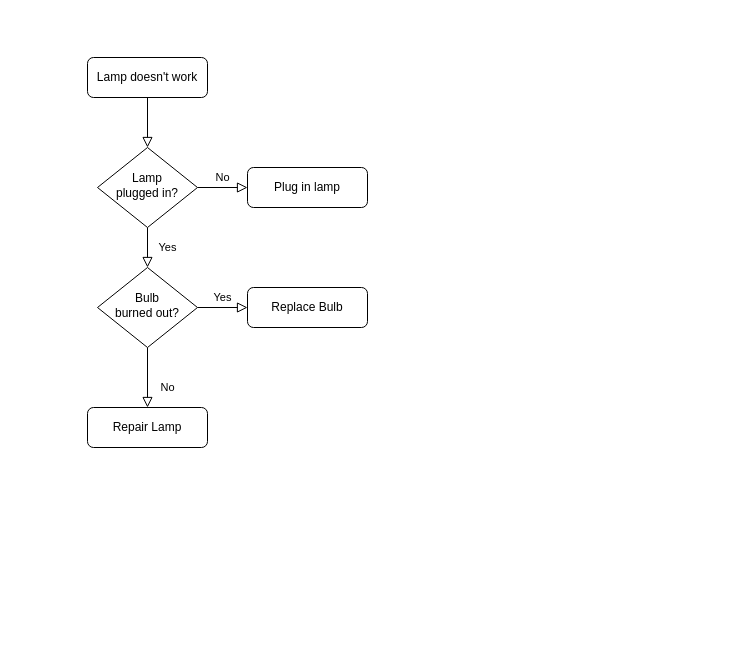
Earlier version of the draw.io diagram LesPetitsPlats_Algos.drawio (Adv13/LesPetitsPlats-Website). Source tidied: cells renumbered, new cells numbered last; positions are measured from the earlier drawing's top-left corner, leaving out a move shared by most shapes. Both pictures are drawn from the tidied source at 100%, with x=0, y=0 at pixel (87, 57).
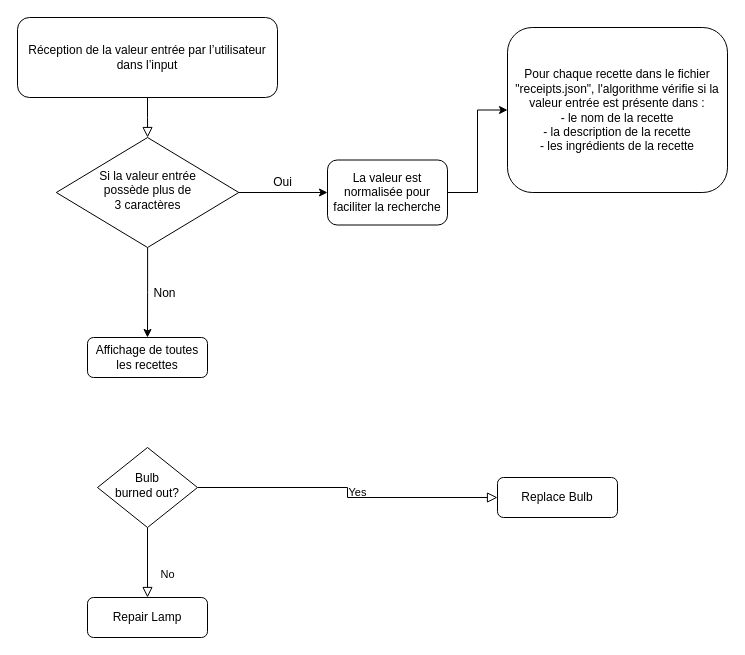
The same diagram, later.

Diff of the diagram source:
```diff
@@
 <mxGraphModel>
   <root>
     <mxCell id="0" />
     <mxCell id="1" parent="0" />
     <mxCell id="2" style="rounded=0;html=1;jettySize=auto;fontSize=11;endArrow=block;endFill=0;endSize=8;strokeWidth=1;shadow=0;labelBackgroundColor=none;edgeStyle=orthogonalEdgeStyle;" parent="1" edge="1" source="3" target="6">
       <mxGeometry relative="1" as="geometry" />
     </mxCell>
-    <mxCell id="3" value="Lamp doesn't work" style="rounded=1;whiteSpace=wrap;html=1;fontSize=12;glass=0;strokeWidth=1;shadow=0;" parent="1" vertex="1">
-      <mxGeometry width="120" height="40" as="geometry" />
+    <mxCell id="3" value="Réception de la valeur entrée par l’utilisateur dans l’input" style="rounded=1;whiteSpace=wrap;html=1;fontSize=12;glass=0;strokeWidth=1;shadow=0;" parent="1" vertex="1">
+      <mxGeometry x="-70" y="-40" width="260" height="80" as="geometry" />
     </mxCell>
-    <mxCell id="4" value="Yes" style="rounded=0;html=1;jettySize=auto;fontSize=11;endArrow=block;endFill=0;endSize=8;strokeWidth=1;shadow=0;labelBackgroundColor=none;edgeStyle=orthogonalEdgeStyle;" parent="1" edge="1" source="6" target="10">
-      <mxGeometry y="20" relative="1" as="geometry" />
-    </mxCell>
-    <mxCell id="5" value="No" style="edgeStyle=orthogonalEdgeStyle;rounded=0;html=1;jettySize=auto;fontSize=11;endArrow=block;endFill=0;endSize=8;strokeWidth=1;shadow=0;labelBackgroundColor=none;" parent="1" edge="1" source="6" target="7">
-      <mxGeometry y="10" relative="1" as="geometry" />
-    </mxCell>
+    <mxCell id="13" style="edgeStyle=orthogonalEdgeStyle;rounded=0;jettySize=auto;html=1;entryX=0;entryY=0.5;entryDx=0;entryDy=0;" parent="1" edge="1" source="6" target="17">
+      <mxGeometry relative="1" as="geometry" />
+    </mxCell>
+    <mxCell id="14" style="edgeStyle=orthogonalEdgeStyle;rounded=0;jettySize=auto;html=1;entryX=0.5;entryY=0;entryDx=0;entryDy=0;" parent="1" edge="1" source="6" target="18">
+      <mxGeometry relative="1" as="geometry" />
+    </mxCell>
-    <mxCell id="6" value="Lamp&lt;br&gt;plugged in?" style="rhombus;whiteSpace=wrap;html=1;shadow=0;fontFamily=Helvetica;fontSize=12;align=center;strokeWidth=1;spacing=6;spacingTop=-4;" parent="1" vertex="1">
-      <mxGeometry x="10" y="90" width="100" height="80" as="geometry" />
+    <mxCell id="6" value="Si la valeur entrée&lt;br&gt;possède plus de&lt;br&gt;3 caractères" style="rhombus;whiteSpace=wrap;html=1;shadow=0;fontFamily=Helvetica;fontSize=12;align=center;strokeWidth=1;spacing=6;spacingTop=-4;" parent="1" vertex="1">
+      <mxGeometry x="-31.2" y="80" width="182.5" height="110" as="geometry" />
     </mxCell>
-    <mxCell id="7" value="Plug in lamp" style="rounded=1;whiteSpace=wrap;html=1;fontSize=12;glass=0;strokeWidth=1;shadow=0;" parent="1" vertex="1">
-      <mxGeometry x="160" y="110" width="120" height="40" as="geometry" />
+    <mxCell id="7" value="Pour chaque recette dans le fichier &quot;receipts.json&quot;, l'algorithme vérifie si la valeur entrée est présente dans :&lt;br&gt;- le nom de la recette&lt;br&gt;- la description de la recette&lt;br&gt;- les ingrédients de la recette" style="rounded=1;whiteSpace=wrap;html=1;fontSize=12;glass=0;strokeWidth=1;shadow=0;" parent="1" vertex="1">
+      <mxGeometry x="420" y="-30" width="220" height="165" as="geometry" />
     </mxCell>
     <mxCell id="8" value="No" style="rounded=0;html=1;jettySize=auto;fontSize=11;endArrow=block;endFill=0;endSize=8;strokeWidth=1;shadow=0;labelBackgroundColor=none;edgeStyle=orthogonalEdgeStyle;" parent="1" edge="1" source="10" target="11">
       <mxGeometry x="0.33" y="20" relative="1" as="geometry" />
     </mxCell>
     <mxCell id="9" value="Yes" style="edgeStyle=orthogonalEdgeStyle;rounded=0;html=1;jettySize=auto;fontSize=11;endArrow=block;endFill=0;endSize=8;strokeWidth=1;shadow=0;labelBackgroundColor=none;" parent="1" edge="1" source="10" target="12">
       <mxGeometry y="10" relative="1" as="geometry" />
     </mxCell>
     <mxCell id="10" value="Bulb&lt;br&gt;burned out?" style="rhombus;whiteSpace=wrap;html=1;shadow=0;fontFamily=Helvetica;fontSize=12;align=center;strokeWidth=1;spacing=6;spacingTop=-4;" parent="1" vertex="1">
-      <mxGeometry x="10" y="210" width="100" height="80" as="geometry" />
+      <mxGeometry x="10" y="390" width="100" height="80" as="geometry" />
     </mxCell>
     <mxCell id="11" value="Repair Lamp" style="rounded=1;whiteSpace=wrap;html=1;fontSize=12;glass=0;strokeWidth=1;shadow=0;" parent="1" vertex="1">
-      <mxGeometry y="350" width="120" height="40" as="geometry" />
+      <mxGeometry y="540" width="120" height="40" as="geometry" />
     </mxCell>
     <mxCell id="12" value="Replace Bulb" style="rounded=1;whiteSpace=wrap;html=1;fontSize=12;glass=0;strokeWidth=1;shadow=0;" parent="1" vertex="1">
-      <mxGeometry x="160" y="230" width="120" height="40" as="geometry" />
+      <mxGeometry x="410" y="420" width="120" height="40" as="geometry" />
     </mxCell>
+    <mxCell id="15" value="Oui&lt;br&gt;" style="text;html=1;align=center;verticalAlign=middle;strokeColor=none;fillColor=none;" parent="1" vertex="1">
+      <mxGeometry x="180" y="115" width="30" height="20" as="geometry" />
+    </mxCell>
+    <mxCell id="16" style="edgeStyle=orthogonalEdgeStyle;rounded=0;jettySize=auto;html=1;entryX=0;entryY=0.5;entryDx=0;entryDy=0;" parent="1" edge="1" source="17" target="7">
+      <mxGeometry relative="1" as="geometry" />
+    </mxCell>
+    <mxCell id="17" value="La valeur est normalisée pour faciliter la recherche" style="rounded=1;whiteSpace=wrap;html=1;fontSize=12;glass=0;strokeWidth=1;shadow=0;" parent="1" vertex="1">
+      <mxGeometry x="240" y="102.5" width="120" height="65" as="geometry" />
+    </mxCell>
+    <mxCell id="18" value="Affichage de toutes les recettes" style="rounded=1;whiteSpace=wrap;html=1;fontSize=12;glass=0;strokeWidth=1;shadow=0;" parent="1" vertex="1">
+      <mxGeometry y="280" width="120" height="40" as="geometry" />
+    </mxCell>
+    <mxCell id="19" value="Non" style="text;html=1;align=center;verticalAlign=middle;strokeColor=none;fillColor=none;" parent="1" vertex="1">
+      <mxGeometry x="57" y="226" width="40" height="20" as="geometry" />
+    </mxCell>
   </root>
 </mxGraphModel>
```
